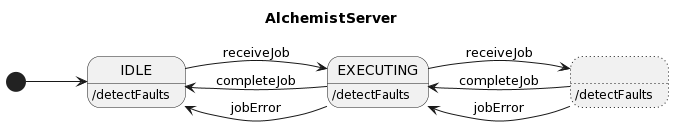
Earlier version of the PlantUML export assets/img/AlchemistServer-state.png (kelvin-olaiya/exam-ds-alchemist-report). Its diagram source:
```plantuml
@startuml
title AlchemistServer

left to right direction

[*] --> IDLE
IDLE : /detectFaults
IDLE --> EXECUTING : receiveJob
EXECUTING : /detectFaults
EXECUTING --> ... : receiveJob
... --> EXECUTING : completeJob
... --> EXECUTING : jobError
state "..." ##[dotted] : /detectFaults
EXECUTING --> IDLE : completeJob
EXECUTING --> IDLE : jobError
@enduml
```
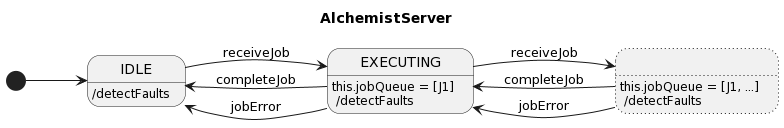
Later version of the same file.

Commit message:
fix: Alchemist server state diagram

What changed in the source:
```diff
@@ -6,11 +6,11 @@
 [*] --> IDLE
 IDLE : /detectFaults
 IDLE --> EXECUTING : receiveJob
-EXECUTING : /detectFaults
+EXECUTING : this.jobQueue = [J1] \n /detectFaults
 EXECUTING --> ... : receiveJob
 ... --> EXECUTING : completeJob
 ... --> EXECUTING : jobError
-state "..." ##[dotted] : /detectFaults
+state "..." ##[dotted] : this.jobQueue = [J1, ...] \n /detectFaults
 EXECUTING --> IDLE : completeJob
 EXECUTING --> IDLE : jobError
 @enduml
```
